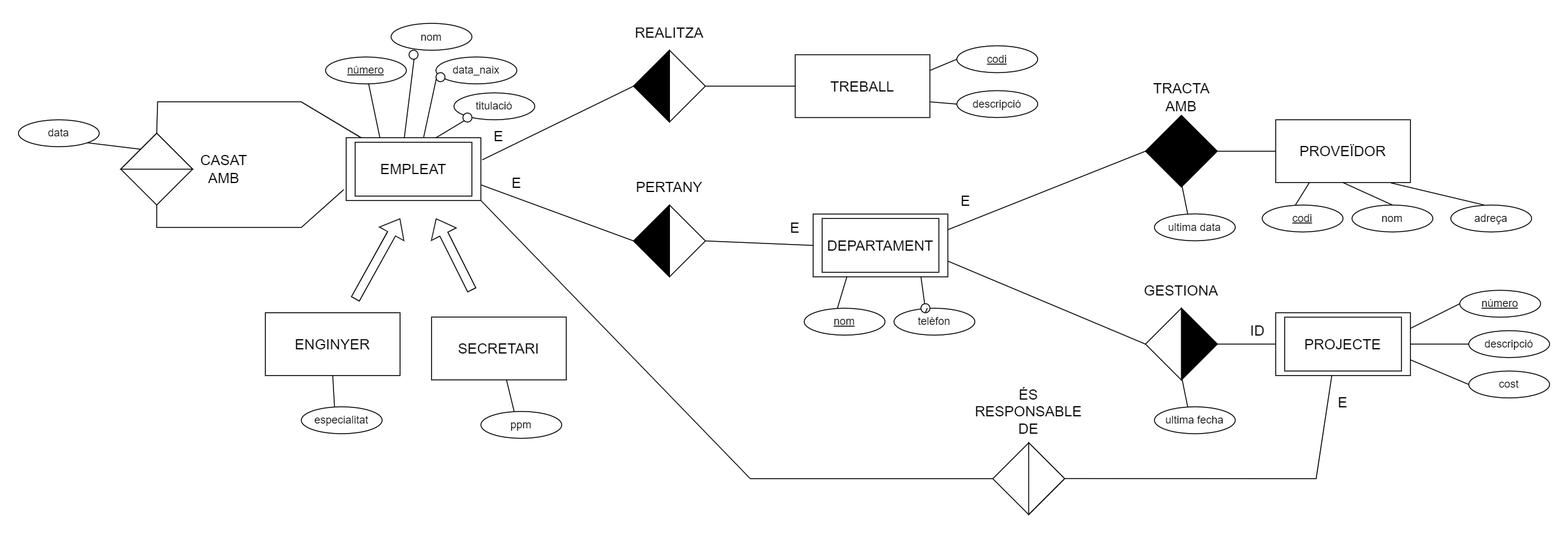
Earlier version of the draw.io export 0203-ModelEntitatRelacioYModelRelacional/02-102b-enginyieria-EER.drawio.png (ncabanes/sv2024-basesDeDades). Source tidied: cells renumbered, new cells last; positions are measured from the earlier drawing's top-left corner, leaving out a move shared by most shapes.
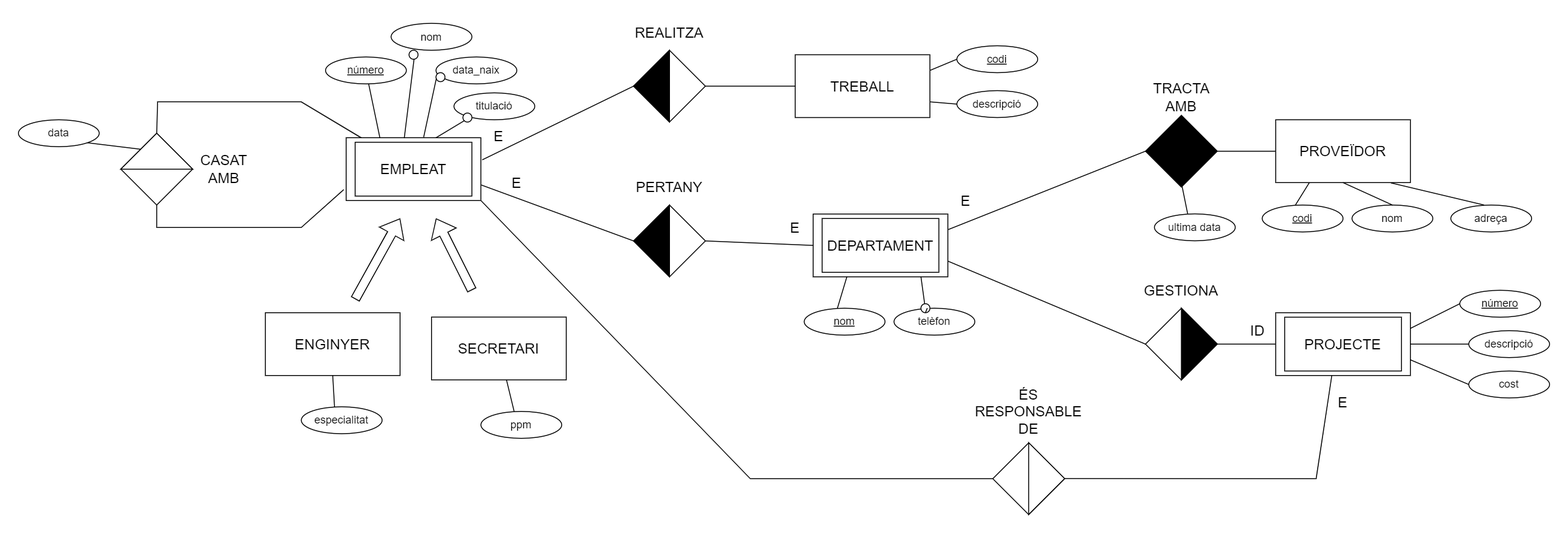
Later version of the same file.

Commit message:
02.102: Enginyeria (EER)

Change to the diagram source:
```diff
@@ -220,14 +220,6 @@
     <mxCell id="67" style="endArrow=none;html=1;rounded=0;fontSize=16;entryX=1;entryY=0.5;entryDx=0;entryDy=0;exitX=0;exitY=0.5;exitDx=0;exitDy=0;" parent="1" edge="1" source="60" target="61">
       <mxGeometry relative="1" as="geometry" />
     </mxCell>
-    <mxCell id="68" value="ultima fecha" style="ellipse;whiteSpace=wrap;html=1;" parent="1" vertex="1">
-      <mxGeometry x="1265" y="431.9" width="90" height="30" as="geometry" />
-    </mxCell>
-    <mxCell id="69" style="endArrow=none;html=1;rounded=0;fontSize=16;entryX=-0.019;entryY=0.012;entryDx=0;entryDy=0;exitX=0.411;exitY=-0.001;exitDx=0;exitDy=0;exitPerimeter=0;entryPerimeter=0;" parent="1" edge="1" source="68">
-      <mxGeometry relative="1" as="geometry">
-        <mxPoint x="1295.8" y="401" as="targetPoint" />
-      </mxGeometry>
-    </mxCell>
     <mxCell id="70" value="E" style="text;html=1;strokeColor=none;fillColor=none;align=center;verticalAlign=middle;whiteSpace=wrap;rounded=0;fontSize=16;" parent="1" vertex="1">
       <mxGeometry x="1035" y="187" width="40" height="30" as="geometry" />
     </mxCell>
```
